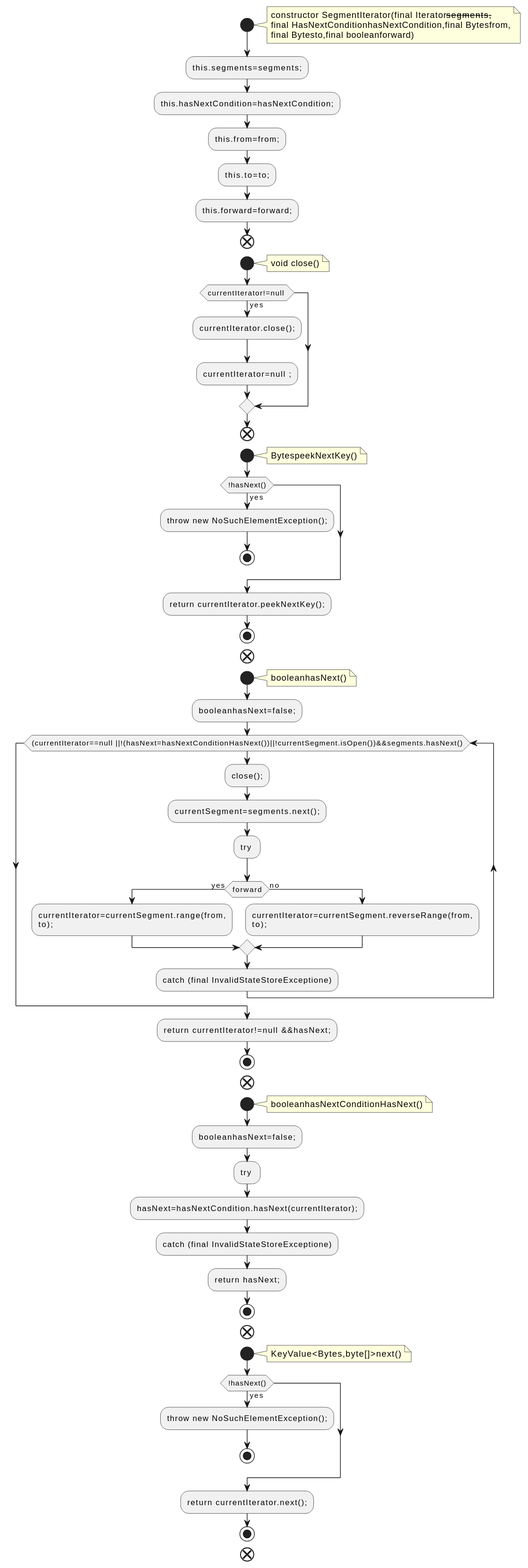
The PlantUML diagram docs/qc/streams/src/main/java/org/apache/kafka/streams/state/internals/SegmentIterator.java.fct.svg in qualitesys/kafka, before a commit.
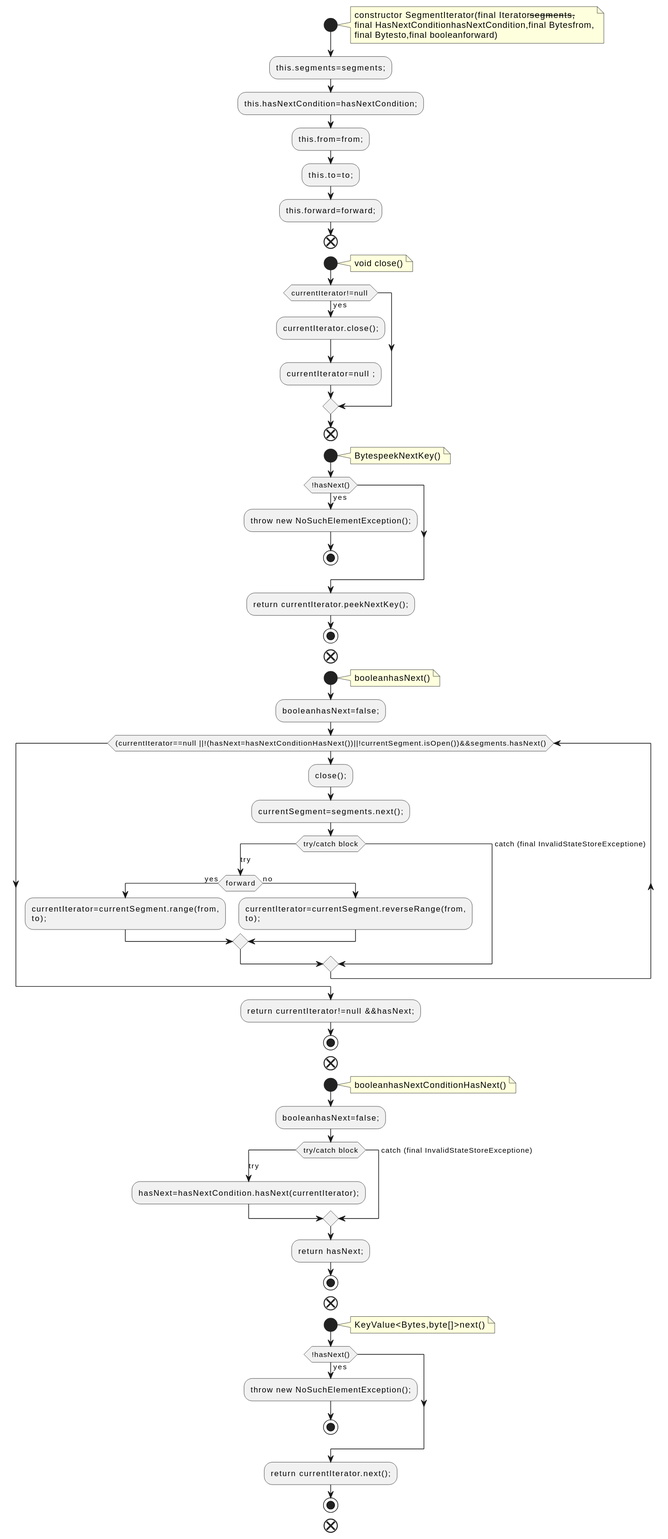
The same file after the commit.

What changed in the source:
```diff
@@ -40,7 +40,8 @@
 while ((currentIterator==null ||!(hasNext=hasNextConditionHasNext())||!currentSegment.isOpen())&&segments.hasNext())
 :close();;
 :currentSegment=segments.next();;
-:try ;
+switch (try/catch block)
+case (try)
 if (forward) then (yes)
 :currentIterator=currentSegment.range(from,
 to);;
@@ -48,7 +49,8 @@
 :currentIterator=currentSegment.reverseRange(from,
 to);;
 endif
-:catch (final InvalidStateStoreExceptione);
+case (catch (final InvalidStateStoreExceptione))
+endswitch
 endwhile
 :return currentIterator!=null &&hasNext;;
 stop
@@ -58,9 +60,11 @@
 booleanhasNextConditionHasNext()
 end note
 :booleanhasNext=false;;
-:try ;
+switch (try/catch block)
+case (try)
 :hasNext=hasNextCondition.hasNext(currentIterator);;
-:catch (final InvalidStateStoreExceptione);
+case (catch (final InvalidStateStoreExceptione))
+endswitch
 :return hasNext;;
 stop
 end
```
